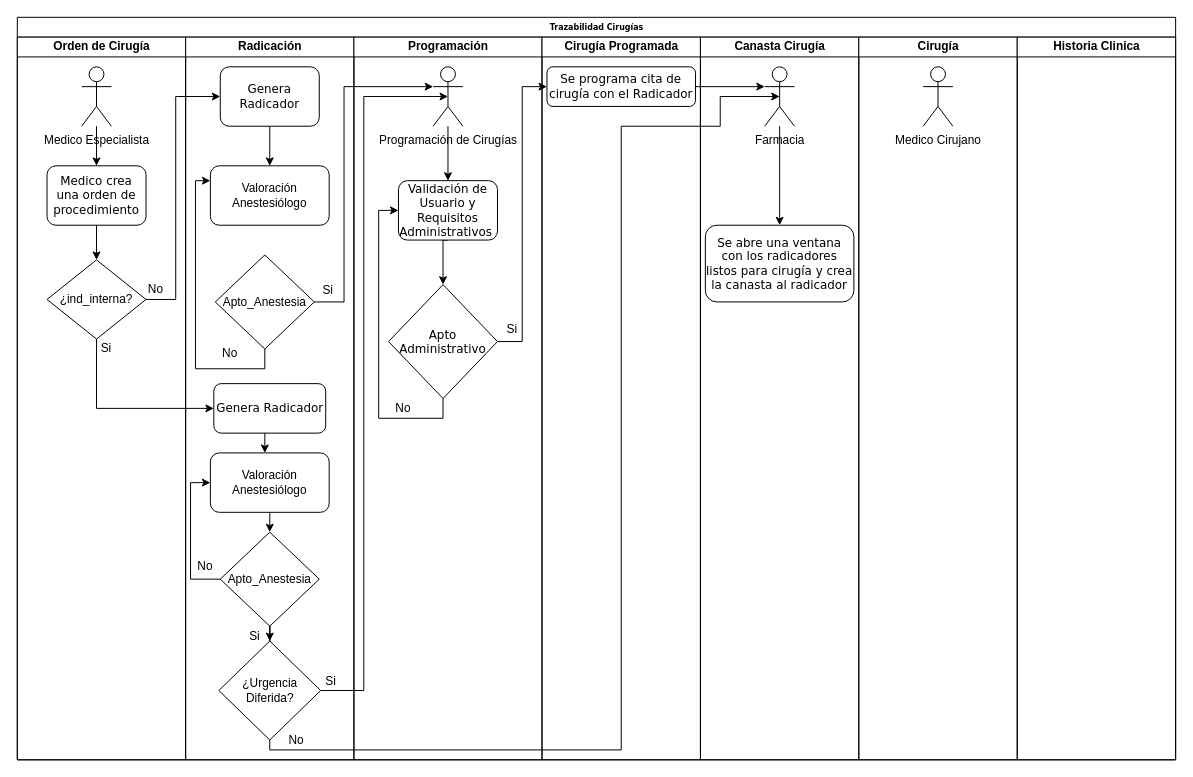
Before: Diagrama sin título.drawio in cinhosoft/Diagramas-Publicos, a draw.io diagram. Source tidied: cells renumbered, new cells numbered last; positions are measured from the earlier drawing's top-left corner, leaving out a move shared by most shapes. Both pictures are drawn from the tidied source at 99%, with x=0, y=0 at pixel (17, 17).
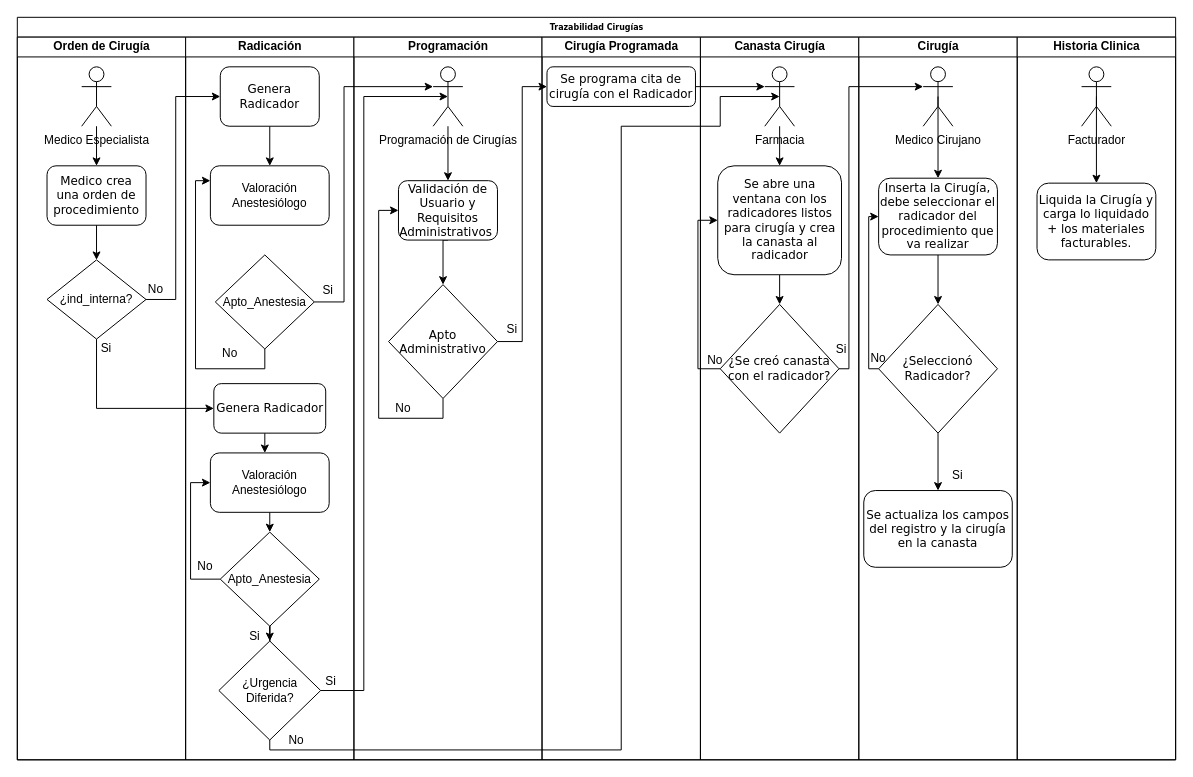
The same diagram, later.

Unchanged cells that the change refers to:
```xml
<mxCell id="2" value="Trazabilidad Cirugías" style="swimlane;html=1;startSize=20;rounded=0;shadow=0;labelBackgroundColor=none;strokeWidth=1;fontFamily=Verdana;fontSize=8;align=center;" parent="1" vertex="1">
  <mxGeometry width="1170" height="750" as="geometry" />
</mxCell>
<mxCell id="44" value="Canasta Cirugía" style="swimlane;html=1;startSize=20;" parent="2" vertex="1">
  <mxGeometry x="690" y="20" width="160" height="730" as="geometry" />
</mxCell>
<mxCell id="48" value="Cirugía" style="swimlane;html=1;startSize=20;" parent="2" vertex="1">
  <mxGeometry x="850" y="20" width="160" height="730" as="geometry" />
</mxCell>
<mxCell id="49" value="Medico Cirujano" style="shape=umlActor;verticalLabelPosition=bottom;verticalAlign=top;html=1;outlineConnect=0;" parent="48" vertex="1">
  <mxGeometry x="65" y="30" width="30" height="60" as="geometry" />
</mxCell>
<mxCell id="50" value="Historia Clinica" style="swimlane;html=1;startSize=20;" parent="2" vertex="1">
  <mxGeometry x="1010" y="20" width="160" height="730" as="geometry" />
</mxCell>
```

Diff of the diagram source:
```diff
@@
+    <mxCell id="56" style="edgeStyle=orthogonalEdgeStyle;rounded=0;jettySize=auto;html=1;exitX=0.5;exitY=1;exitDx=0;exitDy=0;entryX=0.5;entryY=0;entryDx=0;entryDy=0;" parent="44" edge="1" source="47" target="58">
+      <mxGeometry relative="1" as="geometry" />
+    </mxCell>
     <mxCell id="47" value="&lt;span style=&quot;font-size: 12px;&quot;&gt;Se abre una ventana con los radicadores listos para cirugía y crea la canasta al radicador&lt;/span&gt;" style="rounded=1;whiteSpace=wrap;html=1;shadow=0;labelBackgroundColor=none;strokeWidth=1;fontFamily=Verdana;fontSize=8;align=center;" parent="44" vertex="1">
-      <mxGeometry x="5" y="190" width="150" height="77.5" as="geometry" />
+      <mxGeometry x="17.5" y="130" width="125" height="110" as="geometry" />
     </mxCell>
+    <mxCell id="57" style="edgeStyle=orthogonalEdgeStyle;rounded=0;jettySize=auto;html=1;exitX=0;exitY=0.5;exitDx=0;exitDy=0;entryX=0;entryY=0.5;entryDx=0;entryDy=0;" parent="44" edge="1" source="58" target="47">
+      <mxGeometry relative="1" as="geometry" />
+    </mxCell>
+    <mxCell id="58" value="&lt;span style=&quot;font-size: 12px;&quot;&gt;¿Se creó canasta con el radicador?&lt;/span&gt;" style="rhombus;whiteSpace=wrap;html=1;rounded=0;shadow=0;labelBackgroundColor=none;strokeWidth=1;fontFamily=Verdana;fontSize=8;align=center;" parent="44" vertex="1">
+      <mxGeometry x="20" y="270" width="120" height="130" as="geometry" />
+    </mxCell>
+    <mxCell id="59" value="No" style="text;html=1;align=center;verticalAlign=middle;whiteSpace=wrap;rounded=0;" parent="44" vertex="1">
+      <mxGeometry y="317" width="30" height="20" as="geometry" />
+    </mxCell>
@@
+    <mxCell id="60" style="edgeStyle=orthogonalEdgeStyle;rounded=0;jettySize=auto;html=1;exitX=0.5;exitY=0.5;exitDx=0;exitDy=0;exitPerimeter=0;entryX=0.5;entryY=0;entryDx=0;entryDy=0;" parent="48" edge="1" source="49" target="62">
+      <mxGeometry relative="1" as="geometry" />
+    </mxCell>
@@
+    <mxCell id="61" style="edgeStyle=orthogonalEdgeStyle;rounded=0;jettySize=auto;html=1;exitX=0.5;exitY=1;exitDx=0;exitDy=0;" parent="48" edge="1" source="62" target="65">
+      <mxGeometry relative="1" as="geometry" />
+    </mxCell>
+    <mxCell id="62" value="&lt;span style=&quot;font-size: 12px;&quot;&gt;Inserta la Cirugía, debe seleccionar el radicador del procedimiento que va realizar&lt;/span&gt;" style="rounded=1;whiteSpace=wrap;html=1;shadow=0;labelBackgroundColor=none;strokeWidth=1;fontFamily=Verdana;fontSize=8;align=center;" parent="48" vertex="1">
+      <mxGeometry x="20" y="142.5" width="120" height="77.5" as="geometry" />
+    </mxCell>
+    <mxCell id="63" style="edgeStyle=orthogonalEdgeStyle;rounded=0;jettySize=auto;html=1;exitX=0;exitY=0.5;exitDx=0;exitDy=0;entryX=0;entryY=0.5;entryDx=0;entryDy=0;" parent="48" edge="1" source="65" target="62">
+      <mxGeometry relative="1" as="geometry">
+        <Array as="points">
+          <mxPoint x="10" y="335" />
+          <mxPoint x="10" y="181" />
+        </Array>
+      </mxGeometry>
+    </mxCell>
+    <mxCell id="64" style="edgeStyle=orthogonalEdgeStyle;rounded=0;jettySize=auto;html=1;exitX=0.5;exitY=1;exitDx=0;exitDy=0;entryX=0.5;entryY=0;entryDx=0;entryDy=0;" parent="48" edge="1" source="65" target="66">
+      <mxGeometry relative="1" as="geometry" />
+    </mxCell>
+    <mxCell id="65" value="&lt;span style=&quot;font-size: 12px;&quot;&gt;¿Seleccionó Radicador?&lt;/span&gt;" style="rhombus;whiteSpace=wrap;html=1;rounded=0;shadow=0;labelBackgroundColor=none;strokeWidth=1;fontFamily=Verdana;fontSize=8;align=center;" parent="48" vertex="1">
+      <mxGeometry x="20" y="270" width="120" height="130" as="geometry" />
+    </mxCell>
+    <mxCell id="66" value="&lt;span style=&quot;font-size: 12px;&quot;&gt;Se actualiza los campos del registro y la cirugía en la canasta&lt;/span&gt;" style="rounded=1;whiteSpace=wrap;html=1;shadow=0;labelBackgroundColor=none;strokeWidth=1;fontFamily=Verdana;fontSize=8;align=center;" parent="48" vertex="1">
+      <mxGeometry x="5" y="458" width="150" height="77.5" as="geometry" />
+    </mxCell>
+    <mxCell id="67" value="No" style="text;html=1;align=center;verticalAlign=middle;whiteSpace=wrap;rounded=0;" parent="48" vertex="1">
+      <mxGeometry y="310" width="40" height="30" as="geometry" />
+    </mxCell>
+    <mxCell id="68" value="Si" style="text;html=1;align=center;verticalAlign=middle;whiteSpace=wrap;rounded=0;" parent="48" vertex="1">
+      <mxGeometry x="70" y="428" width="60" height="30" as="geometry" />
+    </mxCell>
@@
+    <mxCell id="69" style="edgeStyle=orthogonalEdgeStyle;rounded=0;jettySize=auto;html=1;exitX=0.5;exitY=0.5;exitDx=0;exitDy=0;exitPerimeter=0;" parent="50" edge="1" source="70" target="71">
+      <mxGeometry relative="1" as="geometry" />
+    </mxCell>
+    <mxCell id="70" value="Facturador" style="shape=umlActor;verticalLabelPosition=bottom;verticalAlign=top;html=1;outlineConnect=0;" parent="50" vertex="1">
+      <mxGeometry x="65" y="30" width="30" height="60" as="geometry" />
+    </mxCell>
+    <mxCell id="71" value="&lt;span style=&quot;font-size: 12px;&quot;&gt;Liquida la Cirugía y carga lo liquidado + los materiales facturables.&lt;/span&gt;" style="rounded=1;whiteSpace=wrap;html=1;shadow=0;labelBackgroundColor=none;strokeWidth=1;fontFamily=Verdana;fontSize=8;align=center;" parent="50" vertex="1">
+      <mxGeometry x="20" y="147.5" width="120" height="77.5" as="geometry" />
+    </mxCell>
@@
+    <mxCell id="72" style="edgeStyle=orthogonalEdgeStyle;rounded=0;jettySize=auto;html=1;exitX=1;exitY=0.5;exitDx=0;exitDy=0;entryX=0;entryY=0.3333333333333333;entryDx=0;entryDy=0;entryPerimeter=0;" parent="2" edge="1" source="58" target="49">
+      <mxGeometry relative="1" as="geometry">
+        <Array as="points">
+          <mxPoint x="840" y="355" />
+          <mxPoint x="840" y="70" />
+        </Array>
+      </mxGeometry>
+    </mxCell>
+    <mxCell id="73" value="Si" style="text;html=1;align=center;verticalAlign=middle;whiteSpace=wrap;rounded=0;" parent="1" vertex="1">
+      <mxGeometry x="815" y="330" width="35" height="12" as="geometry" />
+    </mxCell>
```
